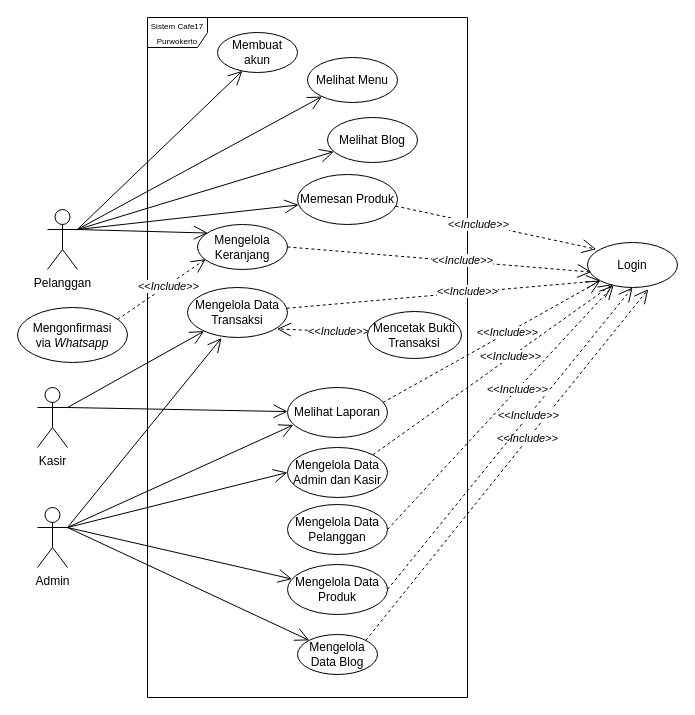
Before: page "Usecase" (1 of 2) of Menu Makanan.drawio in WildanMaulana17/admin.cafe17purwokerto, a draw.io diagram. Source tidied: cells renumbered, new cells numbered last; positions are measured from the earlier drawing's top-left corner, leaving out a move shared by most shapes. Both pictures are drawn from the tidied source at 100%, with x=0, y=0 at pixel (17, 17).
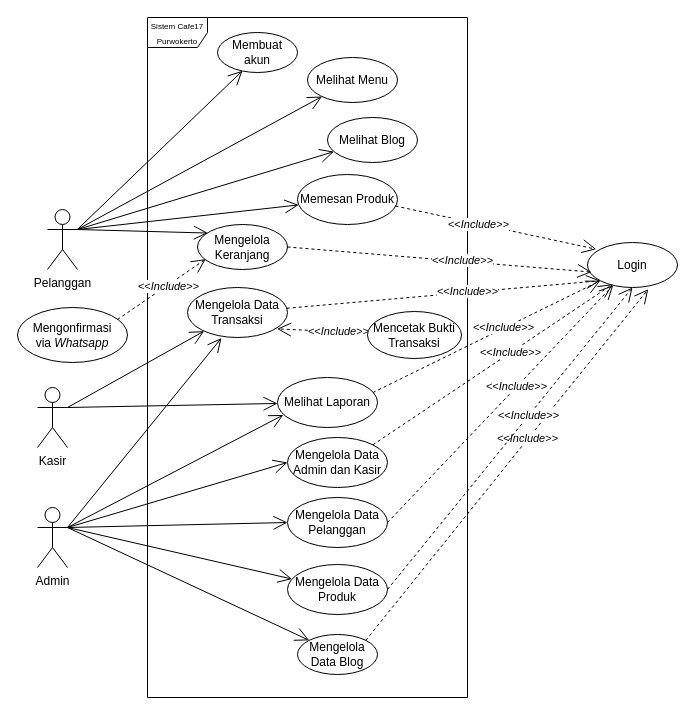
Above is the later version.

Unchanged cells that the change refers to:
```xml
<mxCell id="32" value="Admin" style="shape=umlActor;verticalLabelPosition=bottom;verticalAlign=top;html=1;" parent="1" vertex="1">
  <mxGeometry x="20" y="490" width="30" height="60" as="geometry" />
</mxCell>
<mxCell id="35" value="Mengelola Data Produk" style="ellipse;whiteSpace=wrap;html=1;" parent="1" vertex="1">
  <mxGeometry x="270" y="547" width="100" height="50" as="geometry" />
</mxCell>
```

Change to the diagram source:
```diff
@@
     <mxCell id="28" value="Melihat Laporan" style="ellipse;whiteSpace=wrap;html=1;" parent="1" vertex="1">
-      <mxGeometry x="270" y="370" width="100" height="50" as="geometry" />
+      <mxGeometry x="260" y="360" width="100" height="50" as="geometry" />
     </mxCell>
@@
     <mxCell id="34" value="Mengelola Data Admin dan Kasir" style="ellipse;whiteSpace=wrap;html=1;" parent="1" vertex="1">
-      <mxGeometry x="270" y="430" width="100" height="50" as="geometry" />
+      <mxGeometry x="270" y="420" width="100" height="50" as="geometry" />
     </mxCell>
@@
-    <mxCell id="40" style="endArrow=open;endSize=12;html=1;rounded=0;strokeColor=default;exitX=1;exitY=0.3333333333333333;exitDx=0;exitDy=0;exitPerimeter=0;" parent="1" edge="1" source="32" target="35">
-      <mxGeometry relative="1" as="geometry" />
+    <mxCell id="40" style="endArrow=open;endSize=12;html=1;rounded=0;strokeColor=default;" parent="1" edge="1" target="35">
+      <mxGeometry relative="1" as="geometry">
+        <mxPoint x="50" y="510" as="sourcePoint" />
+      </mxGeometry>
     </mxCell>
@@
     <mxCell id="49" value="Mengelola Data Pelanggan" style="ellipse;whiteSpace=wrap;html=1;" parent="1" vertex="1">
-      <mxGeometry x="270" y="487" width="100" height="50" as="geometry" />
+      <mxGeometry x="270" y="480" width="100" height="50" as="geometry" />
     </mxCell>
@@
+    <mxCell id="52" style="endArrow=open;endSize=12;html=1;rounded=0;strokeColor=default;entryX=0;entryY=0.5;entryDx=0;entryDy=0;" parent="1" edge="1" target="49">
+      <mxGeometry relative="1" as="geometry">
+        <mxPoint x="50" y="510" as="sourcePoint" />
+      </mxGeometry>
+    </mxCell>
```
